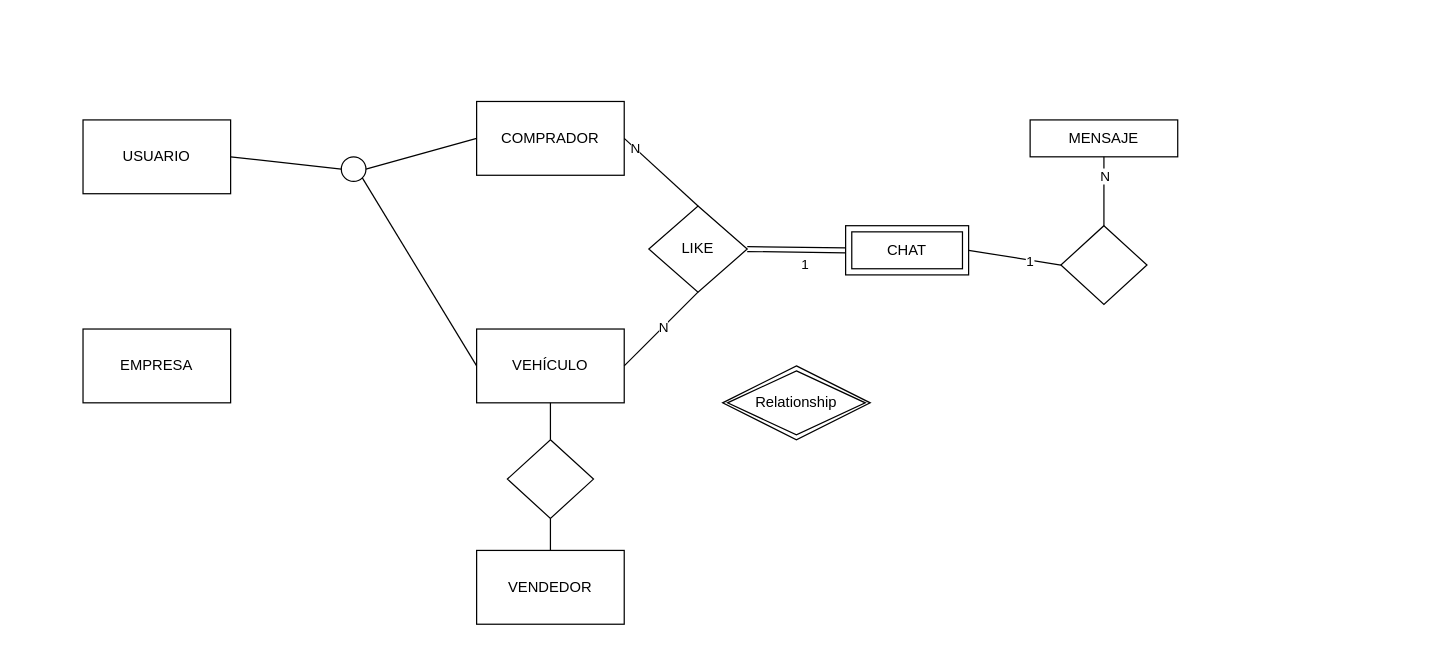
Before: MER.drawio in marcoZunino/tic3, a draw.io diagram. Source tidied: cells renumbered, new cells numbered last; positions are measured from the earlier drawing's top-left corner, leaving out a move shared by most shapes. Both pictures are drawn from the tidied source at 123%, with x=0, y=0 at pixel (82, 101).
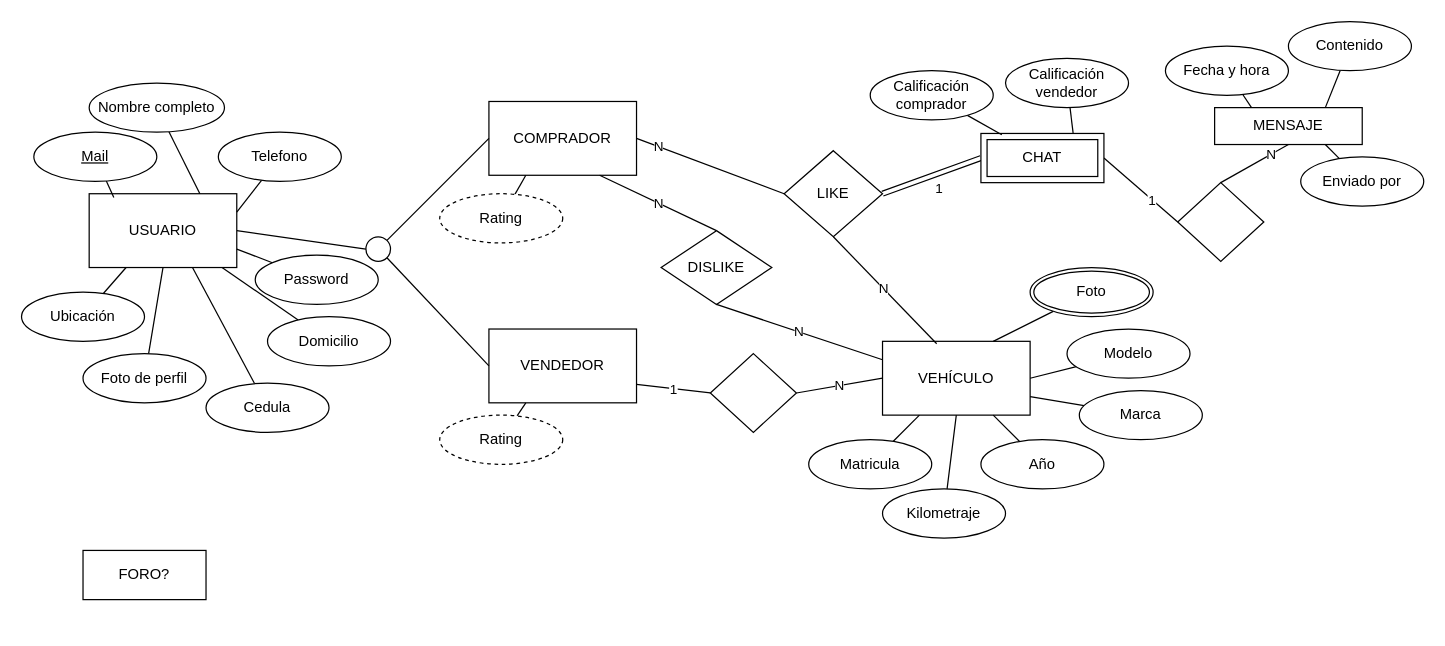
Above is the later version.

Change to the diagram source:
```diff
@@
     <mxCell id="3" value="USUARIO" style="rounded=0;whiteSpace=wrap;html=1;" parent="1" vertex="1">
-      <mxGeometry y="15" width="120" height="60" as="geometry" />
+      <mxGeometry x="5" y="75" width="120" height="60" as="geometry" />
     </mxCell>
     <mxCell id="4" value="COMPRADOR" style="rounded=0;whiteSpace=wrap;html=1;" parent="1" vertex="1">
-      <mxGeometry x="320" width="120" height="60" as="geometry" />
+      <mxGeometry x="330" width="120" height="60" as="geometry" />
     </mxCell>
     <mxCell id="5" value="VENDEDOR" style="rounded=0;whiteSpace=wrap;html=1;" parent="1" vertex="1">
-      <mxGeometry x="320" y="365" width="120" height="60" as="geometry" />
+      <mxGeometry x="330" y="185" width="120" height="60" as="geometry" />
     </mxCell>
-    <mxCell id="6" value="EMPRESA" style="rounded=0;whiteSpace=wrap;html=1;" parent="1" vertex="1">
-      <mxGeometry y="185" width="120" height="60" as="geometry" />
-    </mxCell>
@@
     <mxCell id="9" value="VEHÍCULO" style="rounded=0;whiteSpace=wrap;html=1;" parent="1" vertex="1">
-      <mxGeometry x="320" y="185" width="120" height="60" as="geometry" />
+      <mxGeometry x="650" y="195" width="120" height="60" as="geometry" />
     </mxCell>
     <mxCell id="10" value="MENSAJE" style="rounded=0;whiteSpace=wrap;html=1;" parent="1" vertex="1">
-      <mxGeometry x="770" y="15" width="120" height="30" as="geometry" />
+      <mxGeometry x="920" y="5" width="120" height="30" as="geometry" />
     </mxCell>
-    <mxCell id="11" style="rounded=0;jettySize=auto;html=1;exitX=0.5;exitY=0;exitDx=0;exitDy=0;entryX=1;entryY=0.5;entryDx=0;entryDy=0;endArrow=none;endFill=0;" parent="1" edge="1" source="17" target="4">
+    <mxCell id="11" style="rounded=0;jettySize=auto;html=1;exitX=0;exitY=0.5;exitDx=0;exitDy=0;entryX=1;entryY=0.5;entryDx=0;entryDy=0;endArrow=none;endFill=0;" parent="1" edge="1" source="17" target="4">
       <mxGeometry relative="1" as="geometry" />
     </mxCell>
@@
-    <mxCell id="13" style="rounded=0;jettySize=auto;html=1;exitX=0.5;exitY=1;exitDx=0;exitDy=0;entryX=1;entryY=0.5;entryDx=0;entryDy=0;endArrow=none;endFill=0;" parent="1" edge="1" source="17" target="9">
+    <mxCell id="13" style="rounded=0;jettySize=auto;html=1;exitX=0.5;exitY=1;exitDx=0;exitDy=0;entryX=0.367;entryY=0.033;entryDx=0;entryDy=0;endArrow=none;endFill=0;entryPerimeter=0;" parent="1" edge="1" source="17" target="9">
       <mxGeometry relative="1" as="geometry" />
     </mxCell>
@@
     <mxCell id="17" value="LIKE" style="rhombus;whiteSpace=wrap;html=1;" parent="1" vertex="1">
-      <mxGeometry x="460" y="85" width="80" height="70" as="geometry" />
+      <mxGeometry x="570" y="40" width="80" height="70" as="geometry" />
     </mxCell>
-    <mxCell id="18" style="rounded=0;jettySize=auto;html=1;exitX=0.5;exitY=0;exitDx=0;exitDy=0;entryX=0.5;entryY=1;entryDx=0;entryDy=0;endArrow=none;endFill=0;" parent="1" edge="1" source="20" target="9">
+    <mxCell id="18" value="N" style="rounded=0;jettySize=auto;html=1;exitX=1;exitY=0.5;exitDx=0;exitDy=0;entryX=0;entryY=0.5;entryDx=0;entryDy=0;endArrow=none;endFill=0;" parent="1" edge="1" source="20" target="9">
       <mxGeometry relative="1" as="geometry" />
     </mxCell>
-    <mxCell id="19" style="rounded=0;jettySize=auto;html=1;exitX=0.5;exitY=1;exitDx=0;exitDy=0;entryX=0.5;entryY=0;entryDx=0;entryDy=0;endArrow=none;endFill=0;" parent="1" edge="1" source="20" target="5">
+    <mxCell id="19" value="1" style="rounded=0;jettySize=auto;html=1;exitX=0;exitY=0.5;exitDx=0;exitDy=0;entryX=1;entryY=0.75;entryDx=0;entryDy=0;endArrow=none;endFill=0;" parent="1" edge="1" source="20" target="5">
       <mxGeometry relative="1" as="geometry" />
     </mxCell>
     <mxCell id="20" style="rhombus;whiteSpace=wrap;html=1;" parent="1" vertex="1">
-      <mxGeometry x="345" y="275" width="70" height="64" as="geometry" />
+      <mxGeometry x="510" y="205" width="70" height="64" as="geometry" />
     </mxCell>
-    <mxCell id="21" style="rounded=0;jettySize=auto;html=1;exitX=1;exitY=0.5;exitDx=0;exitDy=0;entryX=0;entryY=0.5;entryDx=0;entryDy=0;endArrow=none;endFill=0;" parent="1" edge="1" source="23" target="4">
+    <mxCell id="21" style="rounded=0;jettySize=auto;html=1;exitX=1;exitY=0;exitDx=0;exitDy=0;entryX=0;entryY=0.5;entryDx=0;entryDy=0;endArrow=none;endFill=0;" parent="1" edge="1" source="23" target="4">
       <mxGeometry relative="1" as="geometry" />
     </mxCell>
-    <mxCell id="22" style="rounded=0;jettySize=auto;html=1;exitX=1;exitY=1;exitDx=0;exitDy=0;entryX=0;entryY=0.5;entryDx=0;entryDy=0;endArrow=none;endFill=0;" parent="1" edge="1" source="23" target="9">
+    <mxCell id="22" style="rounded=0;jettySize=auto;html=1;exitX=1;exitY=1;exitDx=0;exitDy=0;entryX=0;entryY=0.5;entryDx=0;entryDy=0;endArrow=none;endFill=0;" parent="1" edge="1" source="23" target="5">
       <mxGeometry relative="1" as="geometry" />
     </mxCell>
     <mxCell id="23" style="ellipse;whiteSpace=wrap;html=1;" parent="1" vertex="1">
-      <mxGeometry x="210" y="45" width="20" height="20" as="geometry" />
+      <mxGeometry x="230" y="110" width="20" height="20" as="geometry" />
     </mxCell>
@@
     <mxCell id="26" style="rhombus;whiteSpace=wrap;html=1;" parent="1" vertex="1">
-      <mxGeometry x="795" y="101" width="70" height="64" as="geometry" />
+      <mxGeometry x="890" y="66" width="70" height="64" as="geometry" />
     </mxCell>
     <mxCell id="27" value="CHAT" style="shape=ext;margin=3;double=1;whiteSpace=wrap;html=1;align=center;" parent="1" vertex="1">
-      <mxGeometry x="620" y="101" width="100" height="40" as="geometry" />
+      <mxGeometry x="730" y="26" width="100" height="40" as="geometry" />
     </mxCell>
-    <mxCell id="28" value="Relationship" style="shape=rhombus;double=1;perimeter=rhombusPerimeter;whiteSpace=wrap;html=1;align=center;" parent="1" vertex="1">
-      <mxGeometry x="520" y="215" width="120" height="60" as="geometry" />
-    </mxCell>
+    <mxCell id="29" style="endArrow=none;html=1;rounded=0;exitX=0.167;exitY=0.05;exitDx=0;exitDy=0;exitPerimeter=0;" parent="1" edge="1" source="3" target="30">
+      <mxGeometry relative="1" as="geometry" />
+    </mxCell>
+    <mxCell id="30" value="Mail" style="ellipse;whiteSpace=wrap;html=1;align=center;fontStyle=4;" parent="1" vertex="1">
+      <mxGeometry x="-40" y="25" width="100" height="40" as="geometry" />
+    </mxCell>
+    <mxCell id="31" style="endArrow=none;html=1;rounded=0;exitX=0.75;exitY=0;exitDx=0;exitDy=0;" parent="1" edge="1" source="3" target="32">
+      <mxGeometry relative="1" as="geometry" />
+    </mxCell>
+    <mxCell id="32" value="Nombre completo" style="ellipse;whiteSpace=wrap;html=1;align=center;" parent="1" vertex="1">
+      <mxGeometry x="5" y="-15" width="110" height="40" as="geometry" />
+    </mxCell>
+    <mxCell id="33" style="endArrow=none;html=1;rounded=0;exitX=1;exitY=0.25;exitDx=0;exitDy=0;" parent="1" edge="1" source="3" target="34">
+      <mxGeometry relative="1" as="geometry" />
+    </mxCell>
+    <mxCell id="34" value="Telefono" style="ellipse;whiteSpace=wrap;html=1;align=center;" parent="1" vertex="1">
+      <mxGeometry x="110" y="25" width="100" height="40" as="geometry" />
+    </mxCell>
+    <mxCell id="35" style="endArrow=none;html=1;rounded=0;exitX=0.25;exitY=1;exitDx=0;exitDy=0;" parent="1" edge="1" source="3" target="36">
+      <mxGeometry relative="1" as="geometry" />
+    </mxCell>
+    <mxCell id="36" value="Ubicación" style="ellipse;whiteSpace=wrap;html=1;align=center;" parent="1" vertex="1">
+      <mxGeometry x="-50" y="155" width="100" height="40" as="geometry" />
+    </mxCell>
+    <mxCell id="37" style="endArrow=none;html=1;rounded=0;exitX=0.25;exitY=1;exitDx=0;exitDy=0;" parent="1" edge="1" source="9" target="38">
+      <mxGeometry relative="1" as="geometry" />
+    </mxCell>
+    <mxCell id="38" value="Matricula" style="ellipse;whiteSpace=wrap;html=1;align=center;" parent="1" vertex="1">
+      <mxGeometry x="590" y="275" width="100" height="40" as="geometry" />
+    </mxCell>
+    <mxCell id="39" style="endArrow=none;html=1;rounded=0;exitX=0.5;exitY=1;exitDx=0;exitDy=0;" parent="1" edge="1" source="9" target="40">
+      <mxGeometry relative="1" as="geometry" />
+    </mxCell>
+    <mxCell id="40" value="Kilometraje" style="ellipse;whiteSpace=wrap;html=1;align=center;" parent="1" vertex="1">
+      <mxGeometry x="650" y="315" width="100" height="40" as="geometry" />
+    </mxCell>
+    <mxCell id="41" style="endArrow=none;html=1;rounded=0;exitX=0.75;exitY=1;exitDx=0;exitDy=0;" parent="1" edge="1" source="9" target="42">
+      <mxGeometry relative="1" as="geometry" />
+    </mxCell>
+    <mxCell id="42" value="Año" style="ellipse;whiteSpace=wrap;html=1;align=center;" parent="1" vertex="1">
+      <mxGeometry x="730" y="275" width="100" height="40" as="geometry" />
+    </mxCell>
+    <mxCell id="43" style="endArrow=none;html=1;rounded=0;exitX=1;exitY=0.75;exitDx=0;exitDy=0;" parent="1" edge="1" source="3" target="44">
+      <mxGeometry relative="1" as="geometry" />
+    </mxCell>
+    <mxCell id="44" value="Password" style="ellipse;whiteSpace=wrap;html=1;align=center;" parent="1" vertex="1">
+      <mxGeometry x="140" y="125" width="100" height="40" as="geometry" />
+    </mxCell>
+    <mxCell id="45" style="endArrow=none;html=1;rounded=0;exitX=1;exitY=0.75;exitDx=0;exitDy=0;" parent="1" edge="1" source="9" target="46">
+      <mxGeometry relative="1" as="geometry" />
+    </mxCell>
+    <mxCell id="46" value="Marca" style="ellipse;whiteSpace=wrap;html=1;align=center;" parent="1" vertex="1">
+      <mxGeometry x="810" y="235" width="100" height="40" as="geometry" />
+    </mxCell>
+    <mxCell id="47" style="endArrow=none;html=1;rounded=0;exitX=1;exitY=0.5;exitDx=0;exitDy=0;" parent="1" edge="1" source="9" target="48">
+      <mxGeometry relative="1" as="geometry" />
+    </mxCell>
+    <mxCell id="48" value="Modelo" style="ellipse;whiteSpace=wrap;html=1;align=center;" parent="1" vertex="1">
+      <mxGeometry x="800" y="185" width="100" height="40" as="geometry" />
+    </mxCell>
+    <mxCell id="49" style="endArrow=none;html=1;rounded=0;exitX=0.7;exitY=1;exitDx=0;exitDy=0;exitPerimeter=0;" parent="1" edge="1" source="3" target="50">
+      <mxGeometry relative="1" as="geometry" />
+    </mxCell>
+    <mxCell id="50" value="Cedula" style="ellipse;whiteSpace=wrap;html=1;align=center;" parent="1" vertex="1">
+      <mxGeometry x="100" y="229" width="100" height="40" as="geometry" />
+    </mxCell>
+    <mxCell id="51" style="endArrow=none;html=1;rounded=0;exitX=0.9;exitY=1;exitDx=0;exitDy=0;exitPerimeter=0;" parent="1" edge="1" source="3" target="52">
+      <mxGeometry relative="1" as="geometry" />
+    </mxCell>
+    <mxCell id="52" value="Domicilio" style="ellipse;whiteSpace=wrap;html=1;align=center;" parent="1" vertex="1">
+      <mxGeometry x="150" y="175" width="100" height="40" as="geometry" />
+    </mxCell>
+    <mxCell id="53" style="endArrow=none;html=1;rounded=0;exitX=0.25;exitY=1;exitDx=0;exitDy=0;" parent="1" edge="1" source="5" target="54">
+      <mxGeometry relative="1" as="geometry" />
+    </mxCell>
+    <mxCell id="54" value="Rating" style="ellipse;whiteSpace=wrap;html=1;align=center;dashed=1;" parent="1" vertex="1">
+      <mxGeometry x="290" y="255" width="100" height="40" as="geometry" />
+    </mxCell>
+    <mxCell id="55" style="endArrow=none;html=1;rounded=0;exitX=0.25;exitY=1;exitDx=0;exitDy=0;" parent="1" edge="1" source="4" target="56">
+      <mxGeometry relative="1" as="geometry" />
+    </mxCell>
+    <mxCell id="56" value="Rating" style="ellipse;whiteSpace=wrap;html=1;align=center;dashed=1;" parent="1" vertex="1">
+      <mxGeometry x="290" y="75" width="100" height="40" as="geometry" />
+    </mxCell>
+    <mxCell id="57" style="endArrow=none;html=1;rounded=0;exitX=0.75;exitY=0;exitDx=0;exitDy=0;" parent="1" edge="1" source="9" target="58">
+      <mxGeometry relative="1" as="geometry" />
+    </mxCell>
+    <mxCell id="58" value="Foto" style="ellipse;shape=doubleEllipse;margin=3;whiteSpace=wrap;html=1;align=center;" parent="1" vertex="1">
+      <mxGeometry x="770" y="135" width="100" height="40" as="geometry" />
+    </mxCell>
+    <mxCell id="59" style="endArrow=none;html=1;rounded=0;entryX=0.17;entryY=0.025;entryDx=0;entryDy=0;entryPerimeter=0;" parent="1" edge="1" source="60" target="27">
+      <mxGeometry relative="1" as="geometry" />
+    </mxCell>
+    <mxCell id="60" value="Calificación comprador" style="ellipse;whiteSpace=wrap;html=1;align=center;" parent="1" vertex="1">
+      <mxGeometry x="640" y="-25" width="100" height="40" as="geometry" />
+    </mxCell>
+    <mxCell id="61" style="endArrow=none;html=1;rounded=0;exitX=0.75;exitY=0;exitDx=0;exitDy=0;" parent="1" edge="1" source="27" target="62">
+      <mxGeometry relative="1" as="geometry" />
+    </mxCell>
+    <mxCell id="62" value="Calificación vendedor" style="ellipse;whiteSpace=wrap;html=1;align=center;" parent="1" vertex="1">
+      <mxGeometry x="750" y="-35" width="100" height="40" as="geometry" />
+    </mxCell>
+    <mxCell id="63" style="endArrow=none;html=1;rounded=0;exitX=0.25;exitY=0;exitDx=0;exitDy=0;" parent="1" edge="1" source="10" target="64">
+      <mxGeometry relative="1" as="geometry" />
+    </mxCell>
+    <mxCell id="64" value="Fecha y hora" style="ellipse;whiteSpace=wrap;html=1;align=center;" parent="1" vertex="1">
+      <mxGeometry x="880" y="-45" width="100" height="40" as="geometry" />
+    </mxCell>
+    <mxCell id="65" style="endArrow=none;html=1;rounded=0;exitX=0.75;exitY=0;exitDx=0;exitDy=0;" parent="1" edge="1" source="10" target="66">
+      <mxGeometry relative="1" as="geometry" />
+    </mxCell>
+    <mxCell id="66" value="Contenido" style="ellipse;whiteSpace=wrap;html=1;align=center;" parent="1" vertex="1">
+      <mxGeometry x="980" y="-65" width="100" height="40" as="geometry" />
+    </mxCell>
+    <mxCell id="67" style="endArrow=none;html=1;rounded=0;exitX=0.75;exitY=1;exitDx=0;exitDy=0;" parent="1" edge="1" source="10" target="68">
+      <mxGeometry relative="1" as="geometry" />
+    </mxCell>
+    <mxCell id="68" value="Enviado por" style="ellipse;whiteSpace=wrap;html=1;align=center;" parent="1" vertex="1">
+      <mxGeometry x="990" y="45" width="100" height="40" as="geometry" />
+    </mxCell>
+    <mxCell id="69" value="FORO?" style="whiteSpace=wrap;html=1;align=center;" parent="1" vertex="1">
+      <mxGeometry y="365" width="100" height="40" as="geometry" />
+    </mxCell>
+    <mxCell id="70" style="endArrow=none;html=1;rounded=0;exitX=0.5;exitY=1;exitDx=0;exitDy=0;" parent="1" edge="1" source="3" target="71">
+      <mxGeometry relative="1" as="geometry" />
+    </mxCell>
+    <mxCell id="71" value="Foto de perfil" style="ellipse;whiteSpace=wrap;html=1;align=center;" parent="1" vertex="1">
+      <mxGeometry y="205" width="100" height="40" as="geometry" />
+    </mxCell>
+    <mxCell id="72" value="N" style="endArrow=none;html=1;rounded=0;exitX=0.75;exitY=1;exitDx=0;exitDy=0;entryX=0.5;entryY=0;entryDx=0;entryDy=0;" parent="1" edge="1" source="4" target="73">
+      <mxGeometry relative="1" as="geometry" />
+    </mxCell>
+    <mxCell id="73" value="DISLIKE" style="shape=rhombus;perimeter=rhombusPerimeter;whiteSpace=wrap;html=1;align=center;" parent="1" vertex="1">
+      <mxGeometry x="470" y="105" width="90" height="60" as="geometry" />
+    </mxCell>
+    <mxCell id="74" value="N" style="endArrow=none;html=1;rounded=0;entryX=0;entryY=0.25;entryDx=0;entryDy=0;exitX=0.5;exitY=1;exitDx=0;exitDy=0;" parent="1" edge="1" source="73" target="9">
+      <mxGeometry relative="1" as="geometry" />
+    </mxCell>
```
